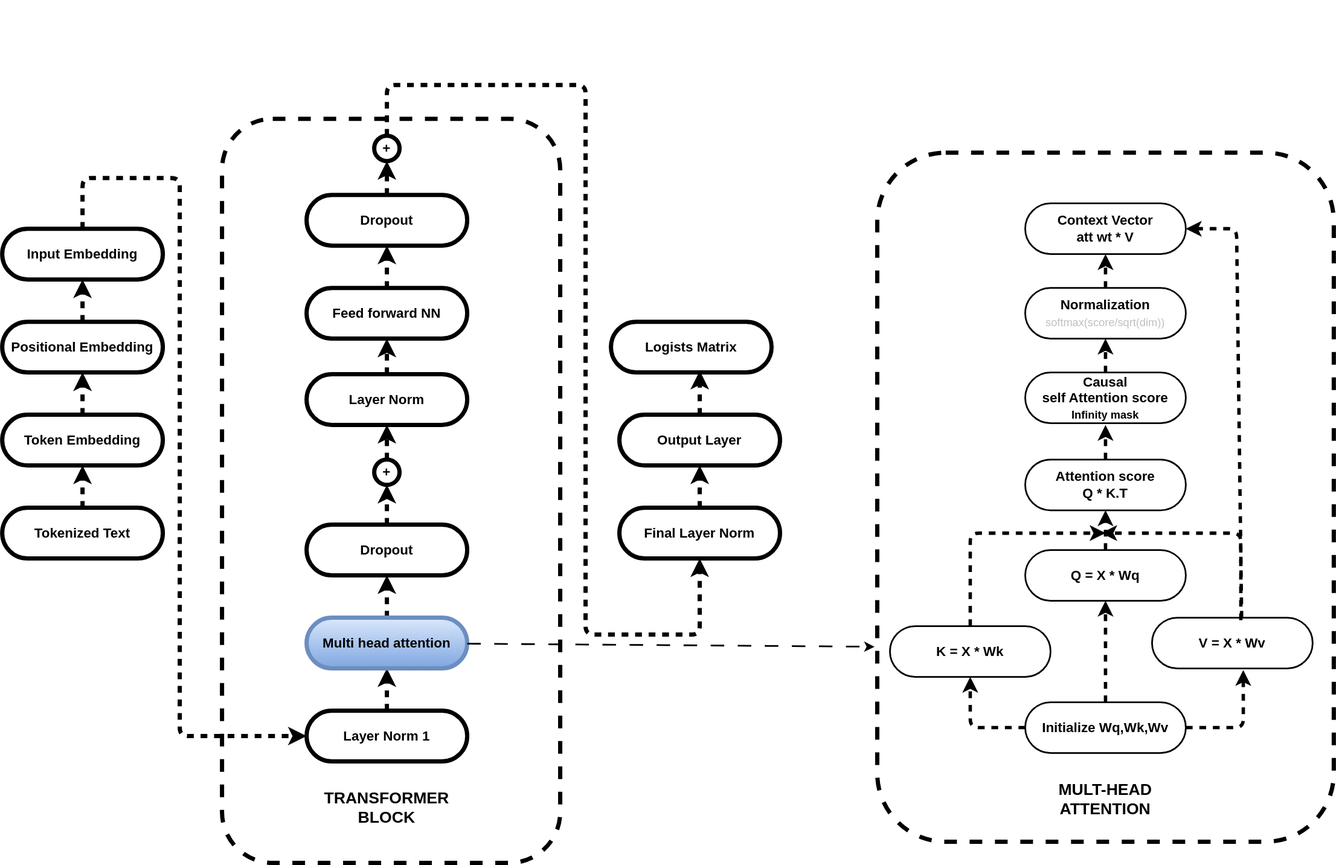
Above: images/genai/self-attention-big-pic.svg in samratkar/samratkar.github.io (draw.io), before the change. Source tidied: cells renumbered, new cells last; positions are measured from the earlier drawing's top-left corner, leaving out a move shared by most shapes.
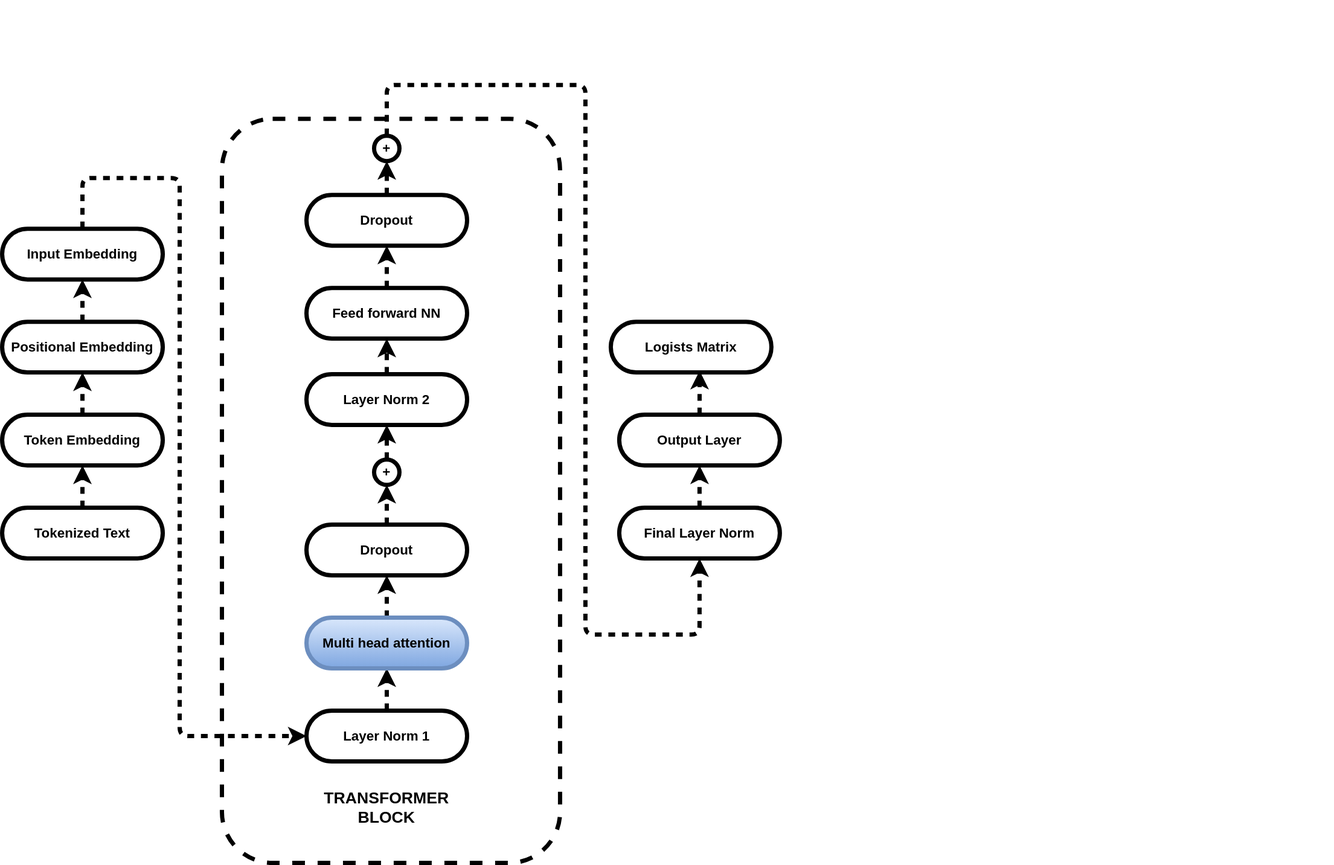
After the commit.

The edit, as a diff of the source:
```diff
@@ -50,7 +50,7 @@
     <mxCell id="17" style="edgeStyle=none;html=1;fontSize=16;fontStyle=1;strokeWidth=5;flowAnimation=1;" parent="2" edge="1" source="18" target="20">
       <mxGeometry relative="1" as="geometry" />
     </mxCell>
-    <mxCell id="18" value="Layer Norm" style="html=1;dashed=0;whiteSpace=wrap;shape=mxgraph.dfd.start;fontSize=16;fontStyle=1;strokeWidth=5;" parent="2" vertex="1">
+    <mxCell id="18" value="Layer Norm 2" style="html=1;dashed=0;whiteSpace=wrap;shape=mxgraph.dfd.start;fontSize=16;fontStyle=1;strokeWidth=5;" parent="2" vertex="1">
       <mxGeometry x="360" y="442" width="190" height="60" as="geometry" />
     </mxCell>
     <mxCell id="19" style="edgeStyle=none;html=1;fontSize=16;fontStyle=1;strokeWidth=5;flowAnimation=1;" parent="2" edge="1" source="20" target="22">
@@ -113,104 +113,5 @@
     <mxCell id="33" style="edgeStyle=none;html=1;entryX=0.5;entryY=0.5;entryDx=0;entryDy=30;entryPerimeter=0;strokeWidth=5;flowAnimation=1;" parent="2" edge="1" source="8" target="32">
       <mxGeometry relative="1" as="geometry" />
     </mxCell>
-    <mxCell id="34" style="rounded=1;whiteSpace=wrap;html=1;dashed=1;fontSize=16;fontStyle=1;strokeWidth=5;fillColor=none;gradientColor=#7ea6e0;strokeColor=#000000;" parent="2" vertex="1">
-      <mxGeometry x="1035" y="180" width="540" height="815" as="geometry" />
-    </mxCell>
-    <mxCell id="35" value="MULT-HEAD ATTENTION" style="text;html=1;align=center;verticalAlign=middle;whiteSpace=wrap;rounded=0;strokeWidth=2;fontSize=19;fontStyle=1;" parent="2" vertex="1">
-      <mxGeometry x="1240" y="930" width="130" height="30" as="geometry" />
-    </mxCell>
-    <mxCell id="36" style="edgeStyle=none;html=1;dashed=1;dashPattern=8 8;strokeWidth=2;entryX=-0.006;entryY=0.717;entryDx=0;entryDy=0;entryPerimeter=0;" parent="2" edge="1" source="12" target="34">
-      <mxGeometry relative="1" as="geometry" />
-    </mxCell>
-    <mxCell id="37" style="edgeStyle=none;html=1;flowAnimation=1;strokeWidth=4;" parent="2" edge="1" source="38" target="40">
-      <mxGeometry relative="1" as="geometry" />
-    </mxCell>
-    <mxCell id="38" value="Initialize Wq,Wk,Wv" style="html=1;dashed=0;whiteSpace=wrap;shape=mxgraph.dfd.start;fontSize=16;fontStyle=1;strokeWidth=2;" parent="2" vertex="1">
-      <mxGeometry x="1210" y="830" width="190" height="60" as="geometry" />
-    </mxCell>
-    <mxCell id="39" style="edgeStyle=none;html=1;flowAnimation=1;strokeWidth=4;" parent="2" edge="1" source="40" target="42">
-      <mxGeometry relative="1" as="geometry" />
-    </mxCell>
-    <mxCell id="40" value="Q = X * Wq" style="html=1;dashed=0;whiteSpace=wrap;shape=mxgraph.dfd.start;fontSize=16;fontStyle=1;strokeWidth=2;" parent="2" vertex="1">
-      <mxGeometry x="1210" y="650" width="190" height="60" as="geometry" />
-    </mxCell>
-    <mxCell id="41" style="edgeStyle=none;html=1;flowAnimation=1;strokeWidth=4;" parent="2" edge="1" source="42">
-      <mxGeometry relative="1" as="geometry">
-        <mxPoint x="1305" y="502" as="targetPoint" />
-      </mxGeometry>
-    </mxCell>
-    <mxCell id="42" value="Attention score&lt;div&gt;Q * K.T&lt;/div&gt;" style="html=1;dashed=0;whiteSpace=wrap;shape=mxgraph.dfd.start;fontSize=16;fontStyle=1;strokeWidth=2;" parent="2" vertex="1">
-      <mxGeometry x="1210" y="543" width="190" height="60" as="geometry" />
-    </mxCell>
-    <mxCell id="43" value="V = X * Wv" style="html=1;dashed=0;whiteSpace=wrap;shape=mxgraph.dfd.start;fontSize=16;fontStyle=1;strokeWidth=2;" parent="2" vertex="1">
-      <mxGeometry x="1360" y="730" width="190" height="60" as="geometry" />
-    </mxCell>
-    <mxCell id="44" value="K = X * Wk" style="html=1;dashed=0;whiteSpace=wrap;shape=mxgraph.dfd.start;fontSize=16;fontStyle=1;strokeWidth=2;" parent="2" vertex="1">
-      <mxGeometry x="1050" y="740" width="190" height="60" as="geometry" />
-    </mxCell>
-    <mxCell id="45" style="edgeStyle=none;html=1;entryX=0.5;entryY=0.5;entryDx=0;entryDy=30;entryPerimeter=0;flowAnimation=1;strokeWidth=4;" parent="2" edge="1" source="38" target="44">
-      <mxGeometry relative="1" as="geometry">
-        <Array as="points">
-          <mxPoint x="1145" y="860" />
-        </Array>
-      </mxGeometry>
-    </mxCell>
-    <mxCell id="46" style="edgeStyle=none;html=1;entryX=0.568;entryY=1.033;entryDx=0;entryDy=0;entryPerimeter=0;flowAnimation=1;strokeWidth=4;" parent="2" edge="1" source="38" target="43">
-      <mxGeometry relative="1" as="geometry">
-        <Array as="points">
-          <mxPoint x="1468" y="860" />
-        </Array>
-      </mxGeometry>
-    </mxCell>
-    <mxCell id="47" style="edgeStyle=none;html=1;flowAnimation=1;strokeWidth=4;" parent="2" edge="1" source="44">
-      <mxGeometry relative="1" as="geometry">
-        <mxPoint x="1305" y="630" as="targetPoint" />
-        <Array as="points">
-          <mxPoint x="1145" y="630" />
-          <mxPoint x="1230" y="630" />
-        </Array>
-      </mxGeometry>
-    </mxCell>
-    <mxCell id="48" style="edgeStyle=none;html=1;exitX=0.553;exitY=0.05;exitDx=0;exitDy=0;exitPerimeter=0;flowAnimation=1;strokeWidth=4;" parent="2" edge="1" source="43">
-      <mxGeometry relative="1" as="geometry">
-        <mxPoint x="1300" y="630" as="targetPoint" />
-        <Array as="points">
-          <mxPoint x="1465" y="630" />
-        </Array>
-      </mxGeometry>
-    </mxCell>
-    <mxCell id="49" style="edgeStyle=none;html=1;flowAnimation=1;strokeWidth=2;" parent="2" edge="1" target="50">
-      <mxGeometry relative="1" as="geometry">
-        <mxPoint x="1305" y="442" as="sourcePoint" />
-      </mxGeometry>
-    </mxCell>
-    <mxCell id="50" value="Causal &lt;br&gt;self Attention score&lt;br&gt;&lt;div&gt;&lt;font style=&quot;font-size: 13px;&quot;&gt;Infinity mask&lt;/font&gt;&lt;/div&gt;" style="html=1;dashed=0;whiteSpace=wrap;shape=mxgraph.dfd.start;fontSize=16;fontStyle=1;strokeWidth=2;" parent="2" vertex="1">
-      <mxGeometry x="1210" y="440" width="190" height="60" as="geometry" />
-    </mxCell>
-    <mxCell id="51" value="Normalization&lt;div&gt;&lt;span style=&quot;color: rgb(192, 192, 192); font-weight: normal;&quot;&gt;&lt;font style=&quot;font-size: 13px;&quot;&gt;softmax(score/sqrt(dim))&lt;/font&gt;&lt;/span&gt;&lt;/div&gt;" style="html=1;dashed=0;whiteSpace=wrap;shape=mxgraph.dfd.start;fontSize=16;fontStyle=1;strokeWidth=2;" parent="2" vertex="1">
-      <mxGeometry x="1210" y="340" width="190" height="60" as="geometry" />
-    </mxCell>
-    <mxCell id="52" style="endArrow=classic;html=1;entryX=1;entryY=0.5;entryDx=0;entryDy=0;entryPerimeter=0;flowAnimation=1;strokeWidth=4;" parent="2" edge="1" target="54">
-      <mxGeometry relative="1" as="geometry">
-        <mxPoint x="1466" y="730" as="sourcePoint" />
-        <Array as="points">
-          <mxPoint x="1460" y="270" />
-        </Array>
-      </mxGeometry>
-    </mxCell>
-    <mxCell id="53" style="edgeStyle=none;html=1;" parent="2" edge="1" target="54">
-      <mxGeometry relative="1" as="geometry">
-        <mxPoint x="1305" y="260" as="sourcePoint" />
-      </mxGeometry>
-    </mxCell>
-    <mxCell id="54" value="Context Vector&lt;div&gt;att wt * V&lt;/div&gt;" style="html=1;dashed=0;whiteSpace=wrap;shape=mxgraph.dfd.start;fontSize=16;fontStyle=1;strokeWidth=2;" parent="2" vertex="1">
-      <mxGeometry x="1210" y="240" width="190" height="60" as="geometry" />
-    </mxCell>
-    <mxCell id="55" style="edgeStyle=none;html=1;entryX=0.5;entryY=0.5;entryDx=0;entryDy=30;entryPerimeter=0;flowAnimation=1;strokeWidth=4;" parent="2" edge="1" source="50" target="51">
-      <mxGeometry relative="1" as="geometry" />
-    </mxCell>
-    <mxCell id="56" style="edgeStyle=none;html=1;entryX=0.5;entryY=0.5;entryDx=0;entryDy=30;entryPerimeter=0;strokeWidth=4;flowAnimation=1;" parent="2" edge="1" source="51" target="54">
-      <mxGeometry relative="1" as="geometry" />
-    </mxCell>
   </root>
 </mxGraphModel>
```
